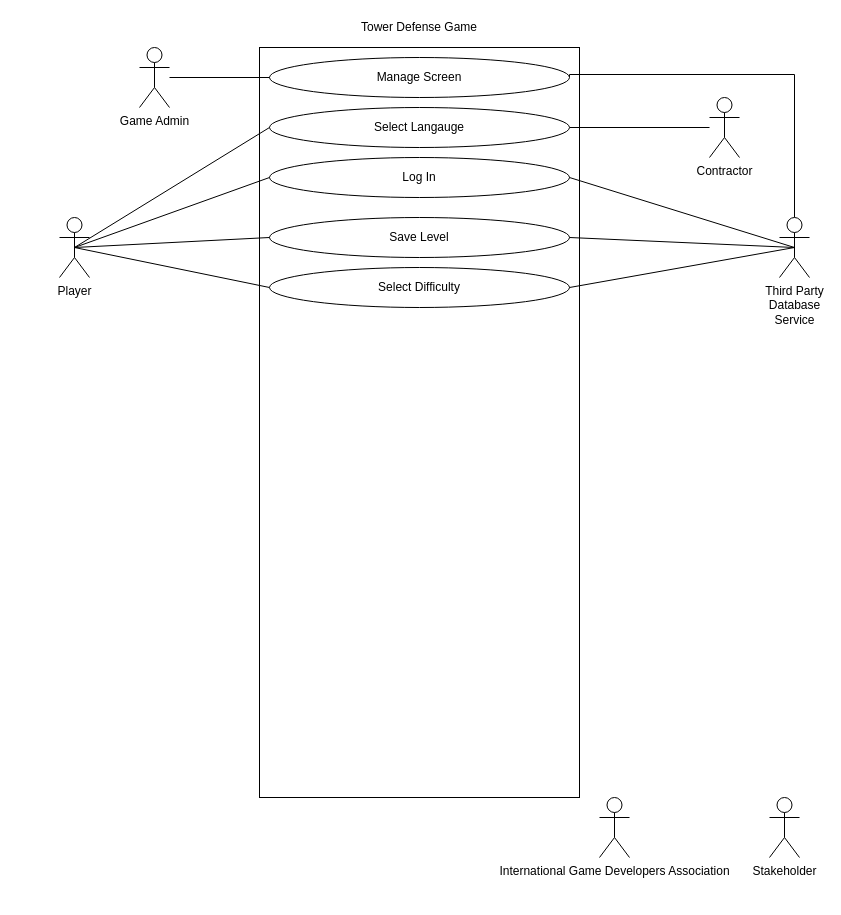
Earlier version of the draw.io diagram Untitled Diagram.drawio (taehee5525/git_test). Source tidied: cells renumbered, new cells numbered last; positions are measured from the earlier drawing's top-left corner, leaving out a move shared by most shapes. Both pictures are drawn from the tidied source at 100%, with x=0, y=0 at pixel (59, 17).
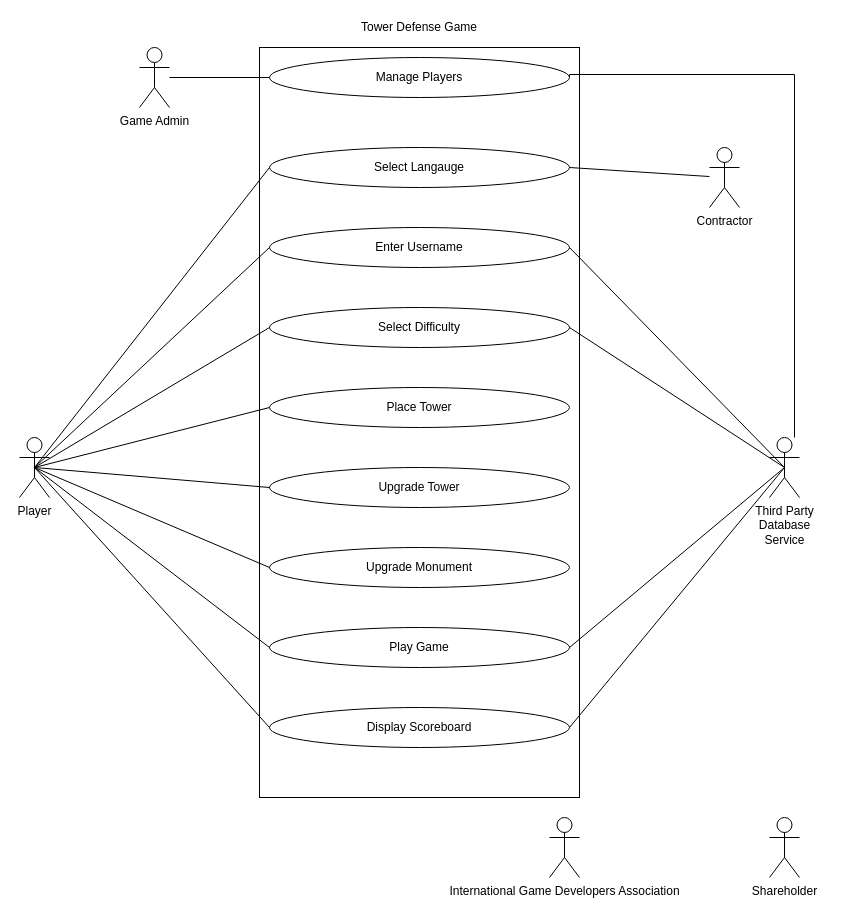
Above is the later version.

Change to the diagram source:
```diff
@@
     <mxCell id="3" value="Player" style="shape=umlActor;verticalLabelPosition=bottom;verticalAlign=top;html=1;outlineConnect=0;" parent="1" vertex="1">
-      <mxGeometry y="200" width="30" height="60" as="geometry" />
+      <mxGeometry x="-40" y="420" width="30" height="60" as="geometry" />
     </mxCell>
@@
-    <mxCell id="5" value="Stakeholder" style="shape=umlActor;verticalLabelPosition=bottom;verticalAlign=top;html=1;" parent="1" vertex="1">
-      <mxGeometry x="710" y="780" width="30" height="60" as="geometry" />
+    <mxCell id="5" value="Shareholder" style="shape=umlActor;verticalLabelPosition=bottom;verticalAlign=top;html=1;" parent="1" vertex="1">
+      <mxGeometry x="710" y="800" width="30" height="60" as="geometry" />
     </mxCell>
     <mxCell id="6" value="International Game Developers Association" style="shape=umlActor;verticalLabelPosition=bottom;verticalAlign=top;html=1;" parent="1" vertex="1">
-      <mxGeometry x="540" y="780" width="30" height="60" as="geometry" />
+      <mxGeometry x="490" y="800" width="30" height="60" as="geometry" />
     </mxCell>
@@
     <mxCell id="8" value="Third Party&lt;br&gt;Database&lt;br&gt;Service" style="shape=umlActor;verticalLabelPosition=bottom;verticalAlign=top;html=1;outlineConnect=0;" parent="1" vertex="1">
-      <mxGeometry x="720" y="200" width="30" height="60" as="geometry" />
+      <mxGeometry x="710" y="420" width="30" height="60" as="geometry" />
     </mxCell>
     <mxCell id="9" value="Contractor" style="shape=umlActor;verticalLabelPosition=bottom;verticalAlign=top;html=1;outlineConnect=0;" parent="1" vertex="1">
-      <mxGeometry x="650" y="80" width="30" height="60" as="geometry" />
+      <mxGeometry x="650" y="130" width="30" height="60" as="geometry" />
     </mxCell>
@@
-    <mxCell id="11" value="Manage Screen" style="ellipse;whiteSpace=wrap;html=1;" parent="1" vertex="1">
+    <mxCell id="11" value="Manage Players" style="ellipse;whiteSpace=wrap;html=1;" parent="1" vertex="1">
       <mxGeometry x="210" y="40" width="300" height="40" as="geometry" />
     </mxCell>
@@
-    <mxCell id="14" style="endArrow=none;html=1;strokeColor=default;entryX=0;entryY=0.5;entryDx=0;entryDy=0;exitX=0.5;exitY=0.5;exitDx=0;exitDy=0;exitPerimeter=0;" parent="1" edge="1" source="3">
-      <mxGeometry relative="1" as="geometry">
-        <mxPoint x="210" y="270" as="targetPoint" />
-      </mxGeometry>
+    <mxCell id="14" style="endArrow=none;html=1;strokeColor=default;entryX=0;entryY=0.5;entryDx=0;entryDy=0;exitX=0.5;exitY=0.5;exitDx=0;exitDy=0;exitPerimeter=0;" parent="1" edge="1" source="3" target="16">
+      <mxGeometry relative="1" as="geometry" />
     </mxCell>
     <mxCell id="15" value="Select Langauge" style="ellipse;whiteSpace=wrap;html=1;" parent="1" vertex="1">
-      <mxGeometry x="210" y="90" width="300" height="40" as="geometry" />
+      <mxGeometry x="210" y="130" width="300" height="40" as="geometry" />
     </mxCell>
-    <mxCell id="16" value="Select Difficulty" style="ellipse;whiteSpace=wrap;html=1;" parent="1" vertex="1">
-      <mxGeometry x="210" y="250" width="300" height="40" as="geometry" />
+    <mxCell id="16" value="Place Tower" style="ellipse;whiteSpace=wrap;html=1;" parent="1" vertex="1">
+      <mxGeometry x="210" y="370" width="300" height="40" as="geometry" />
     </mxCell>
-    <mxCell id="17" value="Save Level" style="ellipse;whiteSpace=wrap;html=1;" parent="1" vertex="1">
-      <mxGeometry x="210" y="200" width="300" height="40" as="geometry" />
+    <mxCell id="17" value="Select Difficulty" style="ellipse;whiteSpace=wrap;html=1;" parent="1" vertex="1">
+      <mxGeometry x="210" y="290" width="300" height="40" as="geometry" />
     </mxCell>
@@
-    <mxCell id="19" style="endArrow=none;html=1;strokeColor=default;entryX=1;entryY=0.5;entryDx=0;entryDy=0;exitX=0.5;exitY=0.5;exitDx=0;exitDy=0;exitPerimeter=0;" parent="1" edge="1" source="8" target="16">
-      <mxGeometry relative="1" as="geometry" />
-    </mxCell>
@@
-    <mxCell id="22" value="Log In" style="ellipse;whiteSpace=wrap;html=1;" parent="1" vertex="1">
-      <mxGeometry x="210" y="140" width="300" height="40" as="geometry" />
+    <mxCell id="22" value="Enter Username" style="ellipse;whiteSpace=wrap;html=1;" parent="1" vertex="1">
+      <mxGeometry x="210" y="210" width="300" height="40" as="geometry" />
     </mxCell>
@@
+    <mxCell id="25" value="Play Game" style="ellipse;whiteSpace=wrap;html=1;" parent="1" vertex="1">
+      <mxGeometry x="210" y="610" width="300" height="40" as="geometry" />
+    </mxCell>
+    <mxCell id="26" style="endArrow=none;html=1;strokeColor=default;entryX=0;entryY=0.5;entryDx=0;entryDy=0;exitX=0.5;exitY=0.5;exitDx=0;exitDy=0;exitPerimeter=0;" parent="1" edge="1" source="3" target="25">
+      <mxGeometry relative="1" as="geometry" />
+    </mxCell>
+    <mxCell id="27" style="endArrow=none;html=1;strokeColor=default;entryX=1;entryY=0.5;entryDx=0;entryDy=0;exitX=0.5;exitY=0.5;exitDx=0;exitDy=0;exitPerimeter=0;" parent="1" edge="1" source="8" target="25">
+      <mxGeometry relative="1" as="geometry" />
+    </mxCell>
+    <mxCell id="28" value="Upgrade Tower" style="ellipse;whiteSpace=wrap;html=1;" parent="1" vertex="1">
+      <mxGeometry x="210" y="450" width="300" height="40" as="geometry" />
+    </mxCell>
+    <mxCell id="29" style="endArrow=none;html=1;strokeColor=default;entryX=0;entryY=0.5;entryDx=0;entryDy=0;exitX=0.5;exitY=0.5;exitDx=0;exitDy=0;exitPerimeter=0;" parent="1" edge="1" source="3" target="28">
+      <mxGeometry relative="1" as="geometry" />
+    </mxCell>
+    <mxCell id="30" value="Upgrade Monument" style="ellipse;whiteSpace=wrap;html=1;" parent="1" vertex="1">
+      <mxGeometry x="210" y="530" width="300" height="40" as="geometry" />
+    </mxCell>
+    <mxCell id="31" style="endArrow=none;html=1;strokeColor=default;entryX=0;entryY=0.5;entryDx=0;entryDy=0;exitX=0.5;exitY=0.5;exitDx=0;exitDy=0;exitPerimeter=0;" parent="1" edge="1" source="3" target="30">
+      <mxGeometry relative="1" as="geometry" />
+    </mxCell>
+    <mxCell id="32" value="Display Scoreboard" style="ellipse;whiteSpace=wrap;html=1;" parent="1" vertex="1">
+      <mxGeometry x="210" y="690" width="300" height="40" as="geometry" />
+    </mxCell>
+    <mxCell id="33" style="endArrow=none;html=1;strokeColor=default;entryX=1;entryY=0.5;entryDx=0;entryDy=0;exitX=0.5;exitY=0.5;exitDx=0;exitDy=0;exitPerimeter=0;" parent="1" edge="1" source="8" target="32">
+      <mxGeometry relative="1" as="geometry" />
+    </mxCell>
+    <mxCell id="34" style="endArrow=none;html=1;strokeColor=default;entryX=0;entryY=0.5;entryDx=0;entryDy=0;exitX=0.5;exitY=0.5;exitDx=0;exitDy=0;exitPerimeter=0;" parent="1" edge="1" source="3" target="32">
+      <mxGeometry relative="1" as="geometry" />
+    </mxCell>
```
